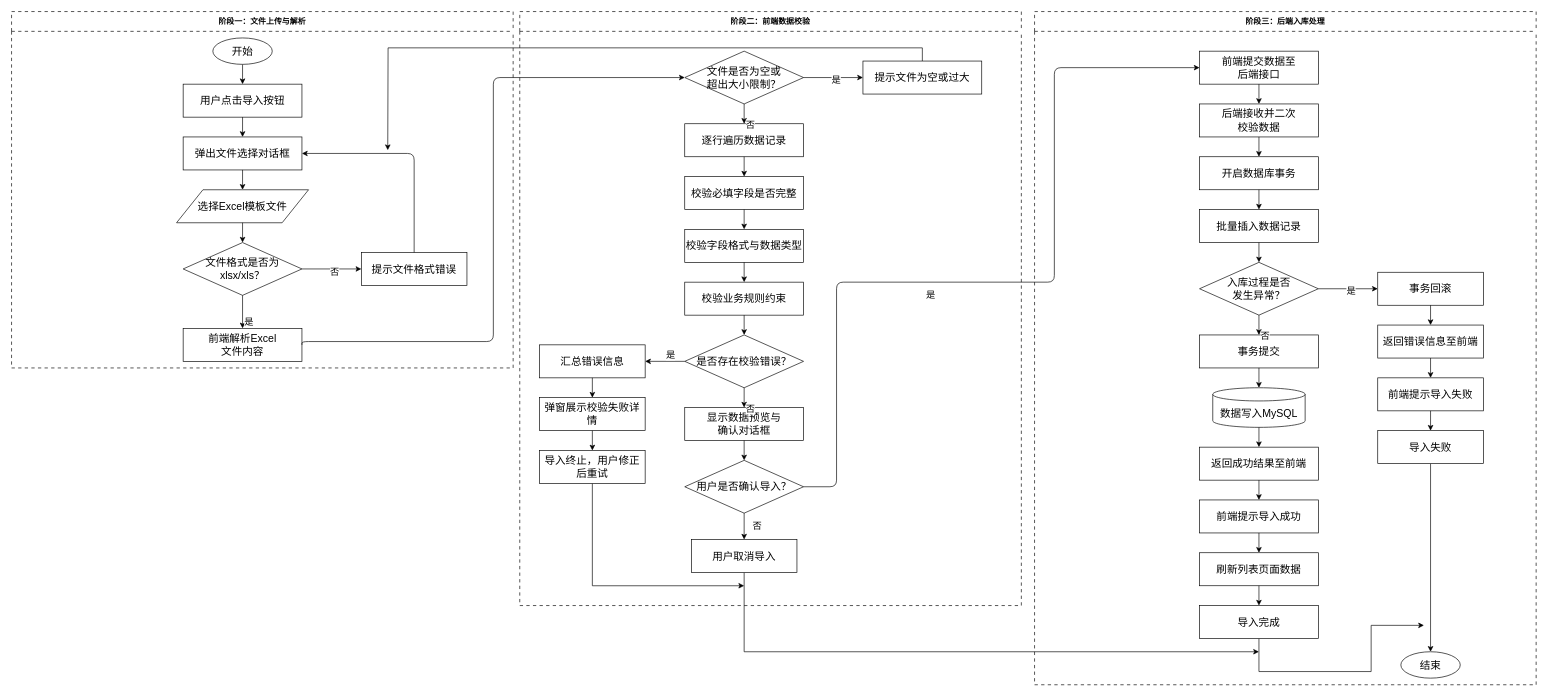
Earlier version of the draw.io diagram 未命名绘图.drawio (First-Lucky-Dog/vscode). Source tidied: cells renumbered, new cells numbered last; positions are measured from the earlier drawing's top-left corner, leaving out a move shared by most shapes. Both pictures are drawn from the tidied source at 66%, with x=0, y=0 at pixel (11, 11).
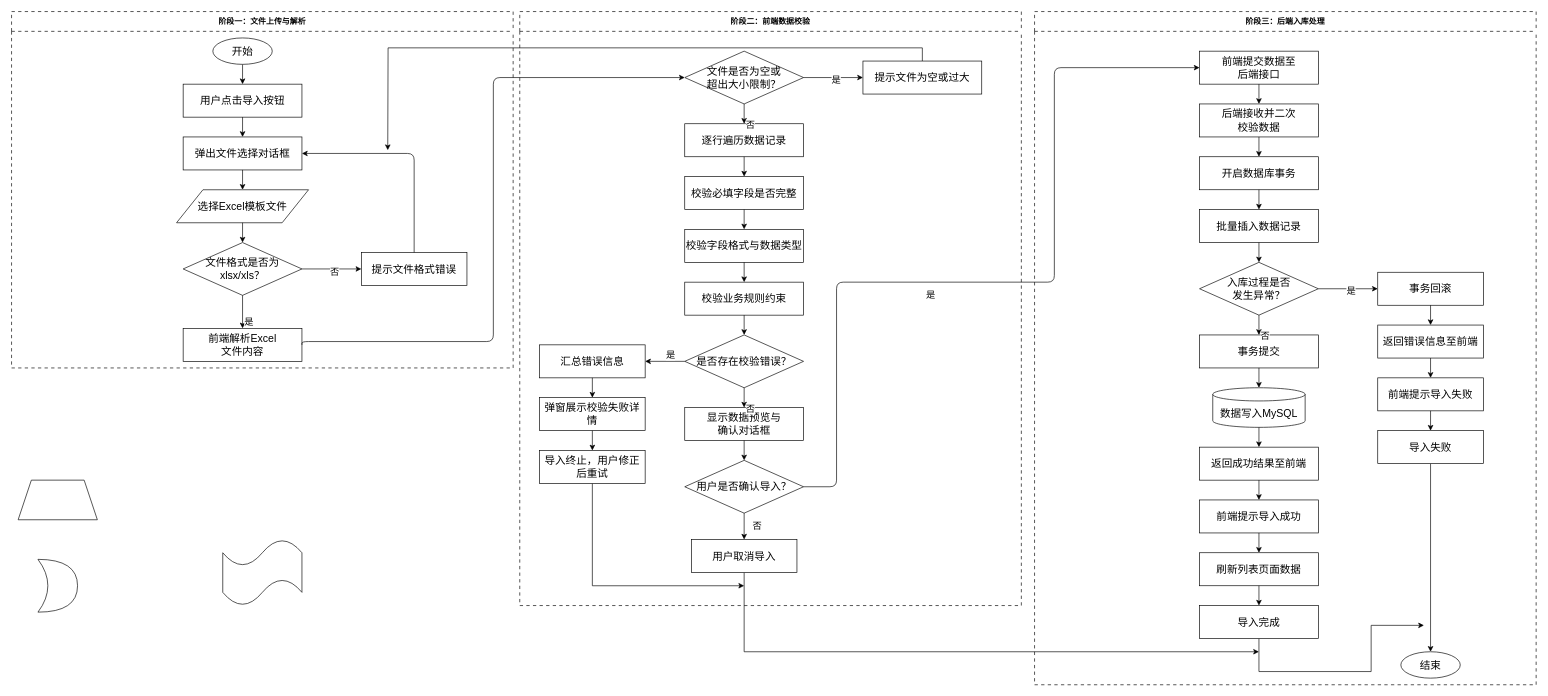
Above is the later version.

What changed in the source:
```diff
@@
+    <mxCell id="91" style="shape=xor;whiteSpace=wrap;html=1;" parent="1" vertex="1">
+      <mxGeometry x="40" y="830" width="60" height="80" as="geometry" />
+    </mxCell>
+    <mxCell id="92" style="shape=tape;whiteSpace=wrap;html=1;" parent="1" vertex="1">
+      <mxGeometry x="320" y="800" width="120" height="100" as="geometry" />
+    </mxCell>
+    <mxCell id="93" style="shape=trapezoid;perimeter=trapezoidPerimeter;whiteSpace=wrap;html=1;fixedSize=1;" parent="1" vertex="1">
+      <mxGeometry x="10" y="710" width="120" height="60" as="geometry" />
+    </mxCell>
```
